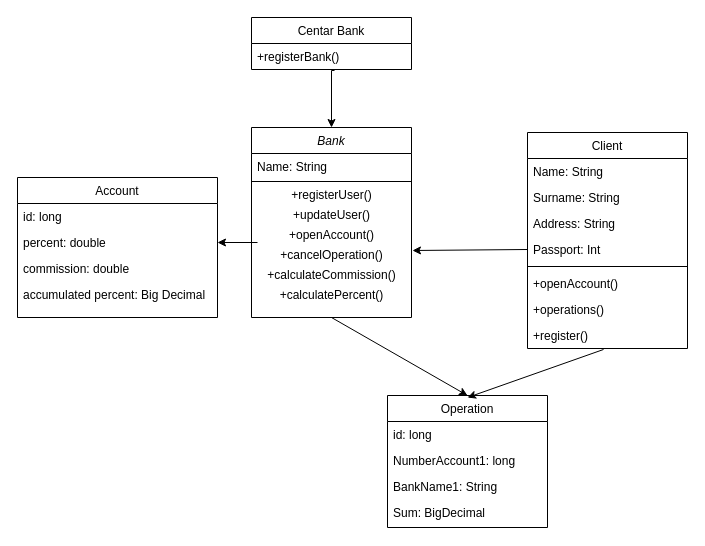
Earlier version of the draw.io diagram page "Page-1" (1 of 2) of ОППО UML.drawio (drytiman/OPPO-MIPT). Source tidied: cells renumbered, new cells numbered last; positions are measured from the earlier drawing's top-left corner, leaving out a move shared by most shapes. Both pictures are drawn from the tidied source at 100%, with x=0, y=0 at pixel (17, 17).
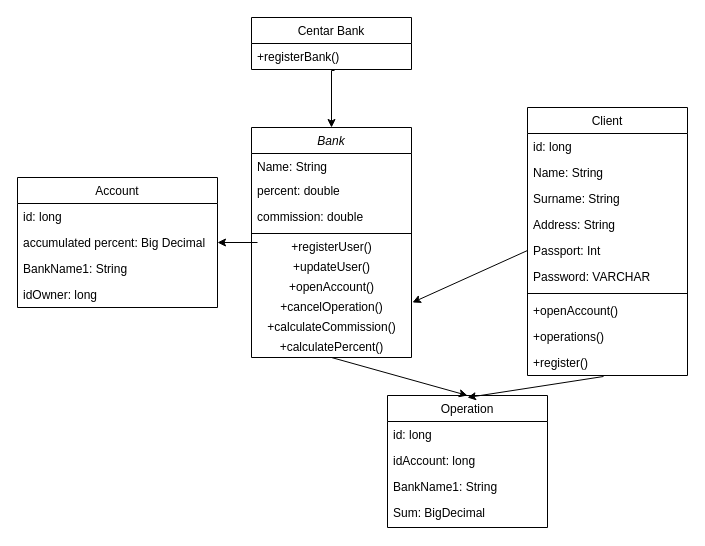
The same page after the edit.

Commit message (it also covers changes not shown here):
изменения в UML

The change refers to these unchanged cells:
```xml
<mxCell id="11" value="Operation" style="swimlane;fontStyle=0;align=center;verticalAlign=top;horizontal=1;startSize=26;rounded=0;shadow=0;strokeWidth=1;" parent="1" vertex="1">
  <mxGeometry x="370" y="378" width="160" height="132" as="geometry" />
</mxCell>
```

What changed in the source:
```diff
@@
     <mxCell id="2" value="Bank" style="swimlane;fontStyle=2;align=center;verticalAlign=top;horizontal=1;startSize=26;rounded=0;shadow=0;strokeWidth=1;" parent="1" vertex="1">
-      <mxGeometry x="234" y="110" width="160" height="190" as="geometry" />
+      <mxGeometry x="234" y="110" width="160" height="230" as="geometry" />
     </mxCell>
@@
+    <mxCell id="30" value="percent: double" style="text;align=left;verticalAlign=top;spacingLeft=4;spacingRight=4;overflow=hidden;points=[[0,0.5],[1,0.5]];portConstraint=eastwest;" parent="2" vertex="1">
+      <mxGeometry y="50" width="160" height="26" as="geometry" />
+    </mxCell>
+    <mxCell id="31" value="commission: double" style="text;align=left;verticalAlign=top;spacingLeft=4;spacingRight=4;overflow=hidden;" parent="2" vertex="1">
+      <mxGeometry y="76" width="160" height="26" as="geometry" />
+    </mxCell>
     <mxCell id="4" style="line;html=1;strokeWidth=1;align=left;verticalAlign=middle;spacingTop=-1;spacingLeft=3;spacingRight=3;labelPosition=right;" parent="2" vertex="1">
-      <mxGeometry y="50" width="160" height="8" as="geometry" />
+      <mxGeometry y="102" width="160" height="8" as="geometry" />
     </mxCell>
     <mxCell id="5" value="+registerUser()" style="text;html=1;align=center;verticalAlign=middle;strokeColor=none;fillColor=none;" parent="2" vertex="1">
-      <mxGeometry y="58" width="160" height="20" as="geometry" />
+      <mxGeometry y="110" width="160" height="20" as="geometry" />
     </mxCell>
     <mxCell id="6" value="+updateUser()" style="text;html=1;align=center;verticalAlign=middle;strokeColor=none;fillColor=none;" parent="2" vertex="1">
-      <mxGeometry y="78" width="160" height="20" as="geometry" />
+      <mxGeometry y="130" width="160" height="20" as="geometry" />
     </mxCell>
     <mxCell id="7" value="+openAccount()" style="text;html=1;align=center;verticalAlign=middle;points=[];strokeColor=none;fillColor=none;" parent="2" vertex="1">
-      <mxGeometry y="98" width="160" height="20" as="geometry" />
+      <mxGeometry y="150" width="160" height="20" as="geometry" />
     </mxCell>
     <mxCell id="8" value="+cancelOperation()" style="text;html=1;align=center;verticalAlign=middle;strokeColor=none;fillColor=none;" parent="2" vertex="1">
-      <mxGeometry y="118" width="160" height="20" as="geometry" />
+      <mxGeometry y="170" width="160" height="20" as="geometry" />
     </mxCell>
     <mxCell id="9" value="+calculateCommission()" style="text;html=1;align=center;verticalAlign=middle;strokeColor=none;fillColor=none;" parent="2" vertex="1">
-      <mxGeometry y="138" width="160" height="20" as="geometry" />
+      <mxGeometry y="190" width="160" height="20" as="geometry" />
     </mxCell>
     <mxCell id="10" value="+calculatePercent()" style="text;html=1;align=center;verticalAlign=middle;strokeColor=none;fillColor=none;" parent="2" vertex="1">
-      <mxGeometry y="158" width="160" height="20" as="geometry" />
+      <mxGeometry y="210" width="160" height="20" as="geometry" />
     </mxCell>
@@
-    <mxCell id="13" value="NumberAccount1: long" style="text;align=left;verticalAlign=top;spacingLeft=4;spacingRight=4;overflow=hidden;rounded=0;shadow=0;html=0;" parent="11" vertex="1">
+    <mxCell id="13" value="idAccount: long" style="text;align=left;verticalAlign=top;spacingLeft=4;spacingRight=4;overflow=hidden;rounded=0;shadow=0;html=0;" parent="11" vertex="1">
       <mxGeometry y="52" width="160" height="26" as="geometry" />
     </mxCell>
@@
     <mxCell id="16" value="Client" style="swimlane;fontStyle=0;align=center;verticalAlign=top;horizontal=1;startSize=26;rounded=0;shadow=0;strokeWidth=1;" parent="1" vertex="1">
-      <mxGeometry x="510" y="115" width="160" height="216" as="geometry" />
+      <mxGeometry x="510" y="90" width="160" height="268" as="geometry" />
     </mxCell>
+    <mxCell id="37" value="id: long" style="text;align=left;verticalAlign=top;spacingLeft=4;spacingRight=4;overflow=hidden;" parent="16" vertex="1">
+      <mxGeometry y="26" width="160" height="26" as="geometry" />
+    </mxCell>
     <mxCell id="17" value="Name: String" style="text;align=left;verticalAlign=top;spacingLeft=4;spacingRight=4;overflow=hidden;" parent="16" vertex="1">
-      <mxGeometry y="26" width="160" height="26" as="geometry" />
+      <mxGeometry y="52" width="160" height="26" as="geometry" />
     </mxCell>
     <mxCell id="18" value="Surname: String" style="text;align=left;verticalAlign=top;spacingLeft=4;spacingRight=4;overflow=hidden;rounded=0;shadow=0;html=0;" parent="16" vertex="1">
-      <mxGeometry y="52" width="160" height="26" as="geometry" />
+      <mxGeometry y="78" width="160" height="26" as="geometry" />
     </mxCell>
     <mxCell id="19" value="Address: String" style="text;align=left;verticalAlign=top;spacingLeft=4;spacingRight=4;overflow=hidden;rounded=0;shadow=0;html=0;" parent="16" vertex="1">
-      <mxGeometry y="78" width="160" height="26" as="geometry" />
+      <mxGeometry y="104" width="160" height="26" as="geometry" />
     </mxCell>
     <mxCell id="20" value="Passport: Int" style="text;align=left;verticalAlign=top;spacingLeft=4;spacingRight=4;overflow=hidden;points=[[0,0.5],[1,0.5]];portConstraint=eastwest;rounded=0;shadow=0;html=0;" parent="16" vertex="1">
-      <mxGeometry y="104" width="160" height="26" as="geometry" />
+      <mxGeometry y="130" width="160" height="26" as="geometry" />
     </mxCell>
+    <mxCell id="38" value="Password: VARCHAR" style="text;align=left;verticalAlign=top;spacingLeft=4;spacingRight=4;overflow=hidden;rounded=0;shadow=0;html=0;" parent="16" vertex="1">
+      <mxGeometry y="156" width="160" height="26" as="geometry" />
+    </mxCell>
     <mxCell id="21" style="line;html=1;strokeWidth=1;align=left;verticalAlign=middle;spacingTop=-1;spacingLeft=3;spacingRight=3;labelPosition=right;" parent="16" vertex="1">
-      <mxGeometry y="130" width="160" height="8" as="geometry" />
+      <mxGeometry y="182" width="160" height="8" as="geometry" />
     </mxCell>
     <mxCell id="22" value="+openAccount()" style="text;align=left;verticalAlign=top;spacingLeft=4;spacingRight=4;overflow=hidden;" parent="16" vertex="1">
-      <mxGeometry y="138" width="160" height="26" as="geometry" />
+      <mxGeometry y="190" width="160" height="26" as="geometry" />
     </mxCell>
     <mxCell id="23" value="+operations()" style="text;align=left;verticalAlign=top;spacingLeft=4;spacingRight=4;overflow=hidden;" parent="16" vertex="1">
-      <mxGeometry y="164" width="160" height="26" as="geometry" />
+      <mxGeometry y="216" width="160" height="26" as="geometry" />
     </mxCell>
     <mxCell id="24" value="+register()" style="text;align=left;verticalAlign=top;spacingLeft=4;spacingRight=4;overflow=hidden;points=[[0,0.5],[1,0.5]];portConstraint=eastwest;" parent="16" vertex="1">
-      <mxGeometry y="190" width="160" height="26" as="geometry" />
+      <mxGeometry y="242" width="160" height="26" as="geometry" />
     </mxCell>
@@
     <mxCell id="28" value="Account" style="swimlane;fontStyle=0;align=center;verticalAlign=top;horizontal=1;startSize=26;rounded=0;shadow=0;strokeWidth=1;" parent="1" vertex="1">
-      <mxGeometry y="160" width="200" height="140" as="geometry" />
+      <mxGeometry y="160" width="200" height="130" as="geometry" />
     </mxCell>
@@
-    <mxCell id="30" value="percent: double" style="text;align=left;verticalAlign=top;spacingLeft=4;spacingRight=4;overflow=hidden;points=[[0,0.5],[1,0.5]];portConstraint=eastwest;" parent="28" vertex="1">
-      <mxGeometry y="52" width="200" height="26" as="geometry" />
-    </mxCell>
-    <mxCell id="31" value="commission: double" style="text;align=left;verticalAlign=top;spacingLeft=4;spacingRight=4;overflow=hidden;" parent="28" vertex="1">
-      <mxGeometry y="78" width="200" height="26" as="geometry" />
-    </mxCell>
     <mxCell id="32" value="accumulated percent: Big Decimal" style="text;align=left;verticalAlign=top;spacingLeft=4;spacingRight=4;overflow=hidden;" parent="28" vertex="1">
-      <mxGeometry y="104" width="200" height="26" as="geometry" />
+      <mxGeometry y="52" width="200" height="26" as="geometry" />
     </mxCell>
+    <mxCell id="39" value="BankName1: String" style="text;align=left;verticalAlign=top;spacingLeft=4;spacingRight=4;overflow=hidden;rounded=0;shadow=0;html=0;" parent="28" vertex="1">
+      <mxGeometry y="78" width="200" height="26" as="geometry" />
+    </mxCell>
+    <mxCell id="40" value="idOwner: long" style="text;align=left;verticalAlign=top;spacingLeft=4;spacingRight=4;overflow=hidden;rounded=0;shadow=0;html=0;" parent="28" vertex="1">
+      <mxGeometry y="104" width="200" height="26" as="geometry" />
+    </mxCell>
@@
-    <mxCell id="34" style="endArrow=classic;html=1;rounded=0;" parent="1" edge="1" target="30">
+    <mxCell id="34" style="endArrow=classic;html=1;rounded=0;" parent="1" edge="1">
       <mxGeometry relative="1" as="geometry">
         <mxPoint x="240" y="225" as="sourcePoint" />
+        <mxPoint x="200" y="225" as="targetPoint" />
       </mxGeometry>
     </mxCell>
```
